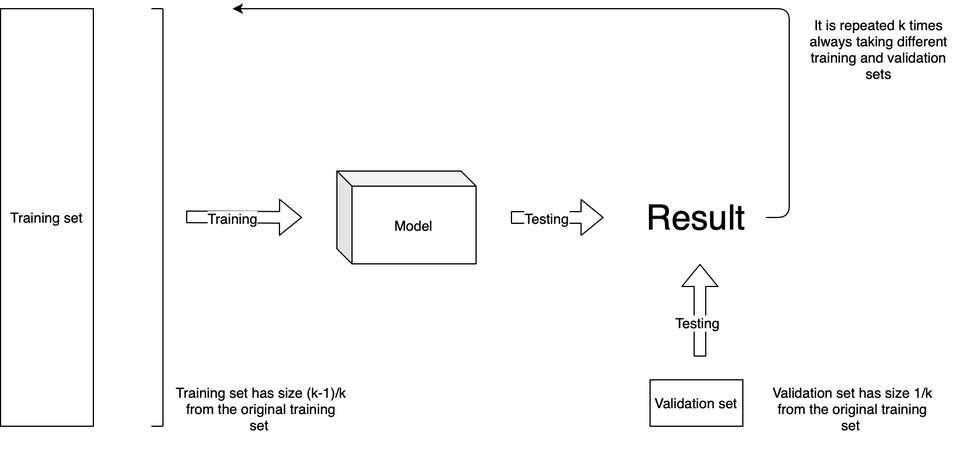
Before: img/Validation.png, a diagram exported from draw.io (andrea7imo/DataSpacesThesis). Source tidied: cells renumbered, new cells last; positions are measured from the earlier drawing's top-left corner, leaving out a move shared by most shapes.
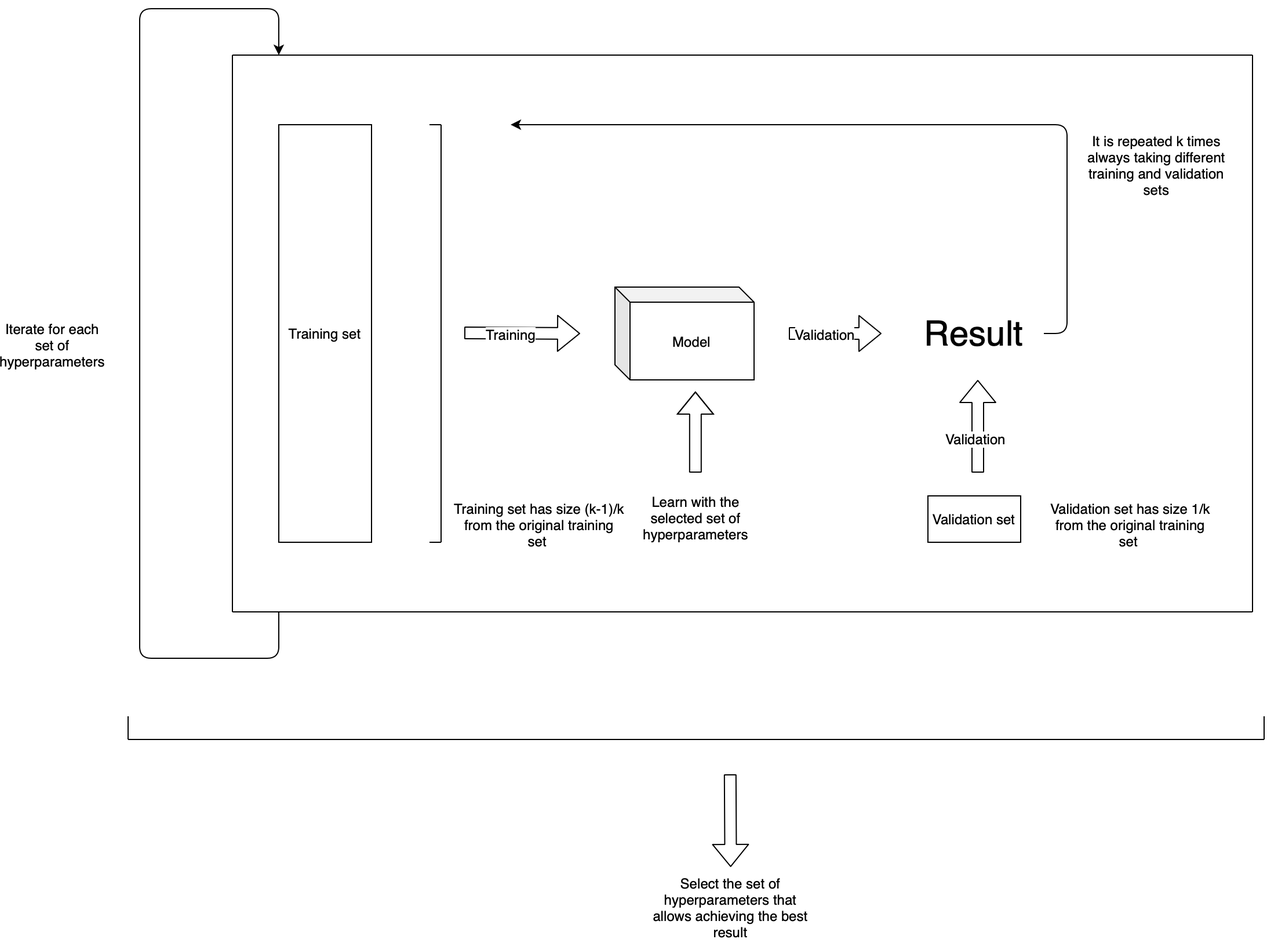
Later version of the same file.

Change to the diagram source:
```diff
@@ -31,7 +31,7 @@
         <mxPoint x="520" y="180" as="targetPoint" />
       </mxGeometry>
     </mxCell>
-    <mxCell id="8" value="Testing" style="text;html=1;align=center;verticalAlign=middle;labelBackgroundColor=#ffffff;" parent="7" vertex="1">
+    <mxCell id="8" value="Validation" style="text;html=1;align=center;verticalAlign=middle;labelBackgroundColor=#ffffff;" parent="7" vertex="1">
       <mxGeometry x="0.3" y="1" relative="1" as="geometry">
         <mxPoint x="-22" y="1" as="offset" />
       </mxGeometry>
@@ -45,7 +45,7 @@
         <mxPoint x="603" y="220" as="targetPoint" />
       </mxGeometry>
     </mxCell>
-    <mxCell id="11" value="Testing" style="text;html=1;align=center;verticalAlign=middle;labelBackgroundColor=#ffffff;" parent="10" vertex="1">
+    <mxCell id="11" value="Validation" style="text;html=1;align=center;verticalAlign=middle;labelBackgroundColor=#ffffff;" parent="10" vertex="1">
       <mxGeometry x="0.3" y="1" relative="1" as="geometry">
         <mxPoint x="-2" y="22" as="offset" />
       </mxGeometry>
@@ -84,5 +84,83 @@
     <mxCell id="18" value="It is repeated k times always taking different training and validation sets" style="text;html=1;strokeColor=none;fillColor=none;align=center;verticalAlign=middle;whiteSpace=wrap;rounded=0;" parent="1" vertex="1">
       <mxGeometry x="690" width="135" height="70" as="geometry" />
     </mxCell>
+    <mxCell id="19" style="endArrow=none;html=1;" parent="1" edge="1">
+      <mxGeometry relative="1" as="geometry">
+        <mxPoint x="-40" y="420" as="sourcePoint" />
+        <mxPoint x="840" y="420" as="targetPoint" />
+      </mxGeometry>
+    </mxCell>
+    <mxCell id="20" style="endArrow=none;html=1;" parent="1" edge="1">
+      <mxGeometry relative="1" as="geometry">
+        <mxPoint x="-40" y="420" as="sourcePoint" />
+        <mxPoint x="-40" y="-60" as="targetPoint" />
+      </mxGeometry>
+    </mxCell>
+    <mxCell id="21" style="endArrow=none;html=1;" parent="1" edge="1">
+      <mxGeometry relative="1" as="geometry">
+        <mxPoint x="-40" y="-60" as="sourcePoint" />
+        <mxPoint x="840" y="-60" as="targetPoint" />
+      </mxGeometry>
+    </mxCell>
+    <mxCell id="22" style="endArrow=none;html=1;" parent="1" edge="1">
+      <mxGeometry relative="1" as="geometry">
+        <mxPoint x="840" y="420" as="sourcePoint" />
+        <mxPoint x="840" y="-60" as="targetPoint" />
+      </mxGeometry>
+    </mxCell>
+    <mxCell id="23" style="endArrow=classic;html=1;" parent="1" edge="1">
+      <mxGeometry relative="1" as="geometry">
+        <mxPoint y="420" as="sourcePoint" />
+        <mxPoint y="-60" as="targetPoint" />
+        <Array as="points">
+          <mxPoint y="460" />
+          <mxPoint x="-120" y="460" />
+          <mxPoint x="-120" y="-100" />
+          <mxPoint y="-100" />
+        </Array>
+      </mxGeometry>
+    </mxCell>
+    <mxCell id="24" style="shape=flexArrow;endArrow=classic;html=1;" parent="1" edge="1">
+      <mxGeometry relative="1" as="geometry">
+        <mxPoint x="359.4" y="300" as="sourcePoint" />
+        <mxPoint x="359.4" y="230" as="targetPoint" />
+        <Array as="points">
+          <mxPoint x="359.4" y="260" />
+        </Array>
+      </mxGeometry>
+    </mxCell>
+    <mxCell id="25" value="Learn with the selected set of hyperparameters" style="text;html=1;strokeColor=none;fillColor=none;align=center;verticalAlign=middle;whiteSpace=wrap;rounded=0;" parent="1" vertex="1">
+      <mxGeometry x="320" y="310" width="80" height="57.5" as="geometry" />
+    </mxCell>
+    <mxCell id="26" value="Iterate for each set of hyperparameters" style="text;html=1;strokeColor=none;fillColor=none;align=center;verticalAlign=middle;whiteSpace=wrap;rounded=0;" parent="1" vertex="1">
+      <mxGeometry x="-240" y="150" width="90" height="80" as="geometry" />
+    </mxCell>
+    <mxCell id="27" value="Select the set of hyperparameters that allows achieving the best result" style="text;html=1;strokeColor=none;fillColor=none;align=center;verticalAlign=middle;whiteSpace=wrap;rounded=0;" parent="1" vertex="1">
+      <mxGeometry x="320" y="640" width="140" height="70" as="geometry" />
+    </mxCell>
+    <mxCell id="28" style="shape=flexArrow;endArrow=classic;html=1;" parent="1" edge="1">
+      <mxGeometry relative="1" as="geometry">
+        <mxPoint x="389.4" y="560" as="sourcePoint" />
+        <mxPoint x="389.8" y="640" as="targetPoint" />
+      </mxGeometry>
+    </mxCell>
+    <mxCell id="29" style="endArrow=none;html=1;" parent="1" edge="1">
+      <mxGeometry relative="1" as="geometry">
+        <mxPoint x="-130" y="530" as="sourcePoint" />
+        <mxPoint x="850" y="530" as="targetPoint" />
+      </mxGeometry>
+    </mxCell>
+    <mxCell id="30" style="endArrow=none;html=1;" parent="1" edge="1">
+      <mxGeometry relative="1" as="geometry">
+        <mxPoint x="850" y="530" as="sourcePoint" />
+        <mxPoint x="850" y="510" as="targetPoint" />
+      </mxGeometry>
+    </mxCell>
+    <mxCell id="31" style="endArrow=none;html=1;" parent="1" edge="1">
+      <mxGeometry relative="1" as="geometry">
+        <mxPoint x="-130" y="530" as="sourcePoint" />
+        <mxPoint x="-130" y="510" as="targetPoint" />
+      </mxGeometry>
+    </mxCell>
   </root>
 </mxGraphModel>
```
